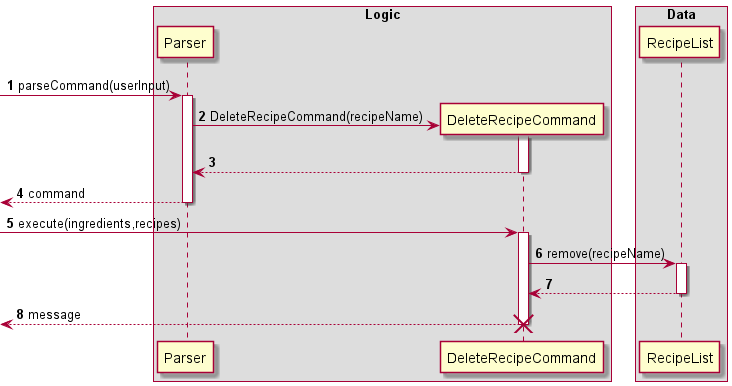
Earlier version of the PlantUML export docs/diagrams/DeleteRecipe.png (nus-cs2113-AY2122S1/tp).
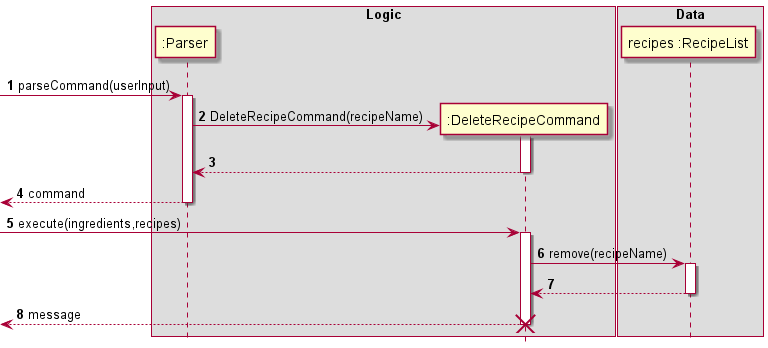
The same diagram one commit later.

Change to the diagram source:
```diff
@@ -1,28 +1,30 @@
 @startuml
+!include style.puml
+
 
 autonumber
 box Logic
--> Parser: parseCommand(userInput)
-activate Parser
+-> ":Parser": parseCommand(userInput)
+activate ":Parser"
 
-create DeleteRecipeCommand
-Parser -> DeleteRecipeCommand : DeleteRecipeCommand(recipeName)
-activate DeleteRecipeCommand
+create ":DeleteRecipeCommand"
+":Parser" -> ":DeleteRecipeCommand" : DeleteRecipeCommand(recipeName)
+activate ":DeleteRecipeCommand"
 
 return
 return command
 
--> DeleteRecipeCommand : execute(ingredients,recipes)
-activate DeleteRecipeCommand
+-> ":DeleteRecipeCommand" : execute(ingredients,recipes)
+activate ":DeleteRecipeCommand"
 end box
 
 box Data
-DeleteRecipeCommand -> RecipeList : remove(recipeName)
-activate RecipeList
+":DeleteRecipeCommand" -> "recipes :RecipeList" : remove(recipeName)
+activate "recipes :RecipeList"
 return
 end box
 
 return message
-destroy DeleteRecipeCommand
+destroy ":DeleteRecipeCommand"
 
 @enduml
```
